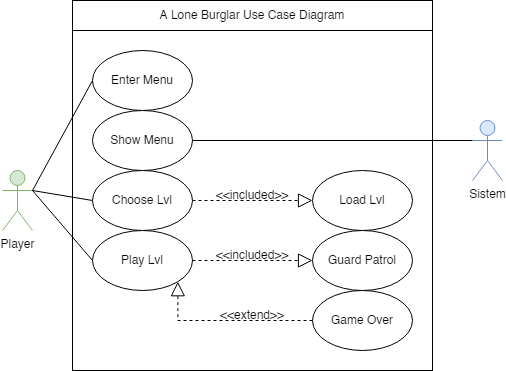
The draw.io diagram use case diagram.png in johannfac/A-Lone-Burglar, before a commit. Source tidied: cells renumbered, new cells last; positions are measured from the earlier drawing's top-left corner, leaving out a move shared by most shapes.
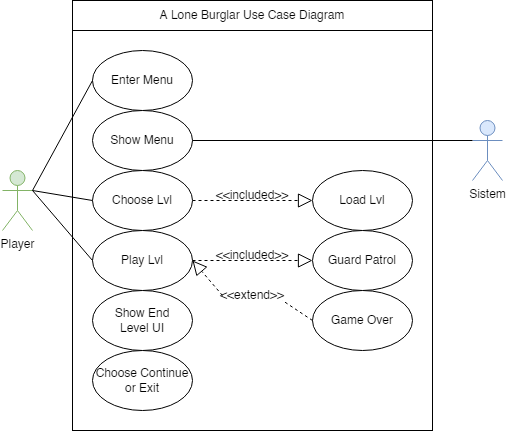
After the change.

The edit, as a diff of the source:
```diff
@@ -3,7 +3,7 @@
     <mxCell id="0" />
     <mxCell id="1" parent="0" />
     <mxCell id="2" style="rounded=0;whiteSpace=wrap;html=1;" parent="1" vertex="1">
-      <mxGeometry x="70" y="30" width="360" height="340" as="geometry" />
+      <mxGeometry x="70" y="30" width="360" height="400" as="geometry" />
     </mxCell>
     <mxCell id="3" value="Player" style="shape=umlActor;verticalLabelPosition=bottom;verticalAlign=top;html=1;outlineConnect=0;fillColor=#d5e8d4;strokeColor=#82b366;" parent="1" vertex="1">
       <mxGeometry y="170" width="30" height="60" as="geometry" />
@@ -57,16 +57,9 @@
     <mxCell id="16" value="Game Over" style="ellipse;whiteSpace=wrap;html=1;" parent="1" vertex="1">
       <mxGeometry x="310" y="290" width="100" height="60" as="geometry" />
     </mxCell>
-    <mxCell id="17" style="endArrow=block;dashed=1;endFill=0;endSize=12;html=1;rounded=0;exitX=0;exitY=0.5;exitDx=0;exitDy=0;startArrow=none;edgeStyle=orthogonalEdgeStyle;entryX=1;entryY=1;entryDx=0;entryDy=0;" parent="1" edge="1" source="16" target="12">
-      <mxGeometry relative="1" as="geometry">
-        <Array as="points">
-          <mxPoint x="175" y="320" />
-        </Array>
-      </mxGeometry>
+    <mxCell id="17" style="endArrow=block;dashed=1;endFill=0;endSize=12;html=1;rounded=0;exitX=0;exitY=0.5;exitDx=0;exitDy=0;startArrow=none;entryX=1;entryY=0.5;entryDx=0;entryDy=0;" parent="1" edge="1" source="18" target="12">
+      <mxGeometry relative="1" as="geometry" />
     </mxCell>
-    <mxCell id="18" value="&amp;lt;&amp;lt;extend&amp;gt;&amp;gt;" style="text;html=1;strokeColor=none;fillColor=none;align=center;verticalAlign=middle;whiteSpace=wrap;rounded=0;" parent="1" vertex="1">
-      <mxGeometry x="220" y="310" width="60" height="10" as="geometry" />
-    </mxCell>
     <mxCell id="19" style="endArrow=none;endFill=0;endSize=12;html=1;rounded=0;exitX=0;exitY=0.3333333333333333;exitDx=0;exitDy=0;entryX=1;entryY=0.5;entryDx=0;entryDy=0;startArrow=none;exitPerimeter=0;" parent="1" edge="1" source="4" target="10">
       <mxGeometry relative="1" as="geometry" />
     </mxCell>
@@ -79,5 +72,17 @@
     <mxCell id="22" value="A Lone Burglar Use Case Diagram" style="rounded=0;whiteSpace=wrap;html=1;" parent="1" vertex="1">
       <mxGeometry x="70" width="360" height="30" as="geometry" />
     </mxCell>
+    <mxCell id="18" value="&amp;lt;&amp;lt;extend&amp;gt;&amp;gt;" style="text;html=1;strokeColor=none;fillColor=none;align=center;verticalAlign=middle;whiteSpace=wrap;rounded=0;" parent="1" vertex="1">
+      <mxGeometry x="220" y="290" width="60" height="10" as="geometry" />
+    </mxCell>
+    <mxCell id="23" style="endArrow=none;dashed=1;endFill=0;endSize=12;html=1;rounded=0;exitX=0;exitY=0.5;exitDx=0;exitDy=0;startArrow=none;entryX=1;entryY=1;entryDx=0;entryDy=0;" parent="1" edge="1" source="16" target="18">
+      <mxGeometry relative="1" as="geometry" />
+    </mxCell>
+    <mxCell id="24" value="Show End&lt;br&gt;Level UI" style="ellipse;whiteSpace=wrap;html=1;" parent="1" vertex="1">
+      <mxGeometry x="90" y="290" width="100" height="60" as="geometry" />
+    </mxCell>
+    <mxCell id="25" value="Choose Continue or Exit" style="ellipse;whiteSpace=wrap;html=1;" parent="1" vertex="1">
+      <mxGeometry x="90" y="350" width="100" height="60" as="geometry" />
+    </mxCell>
   </root>
 </mxGraphModel>
```
